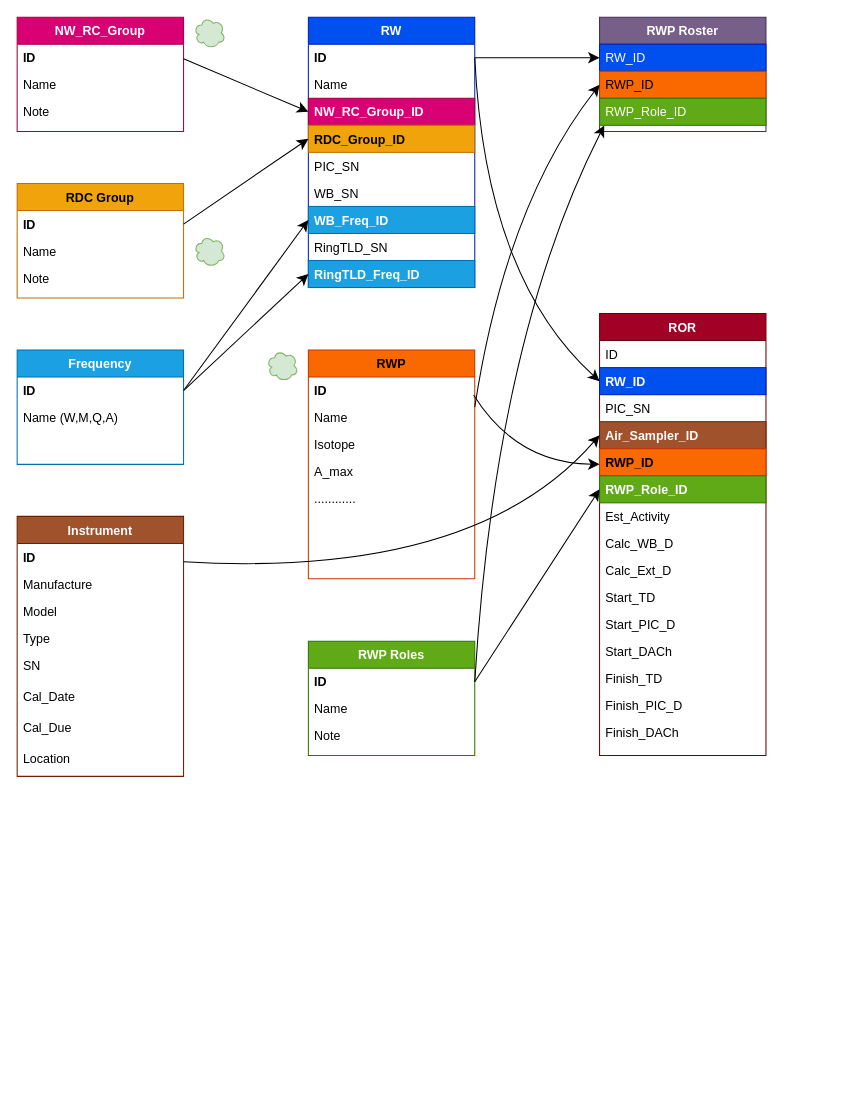
Before: page "Relationships" (1 of 2) of Rad Safety Database (1).drawio in houleyemballo/Work, a draw.io diagram. Source tidied: cells renumbered, new cells numbered last; positions are measured from the earlier drawing's top-left corner, leaving out a move shared by most shapes. Both pictures are drawn from the tidied source at 104%, with x=0, y=0 at pixel (17, 17).
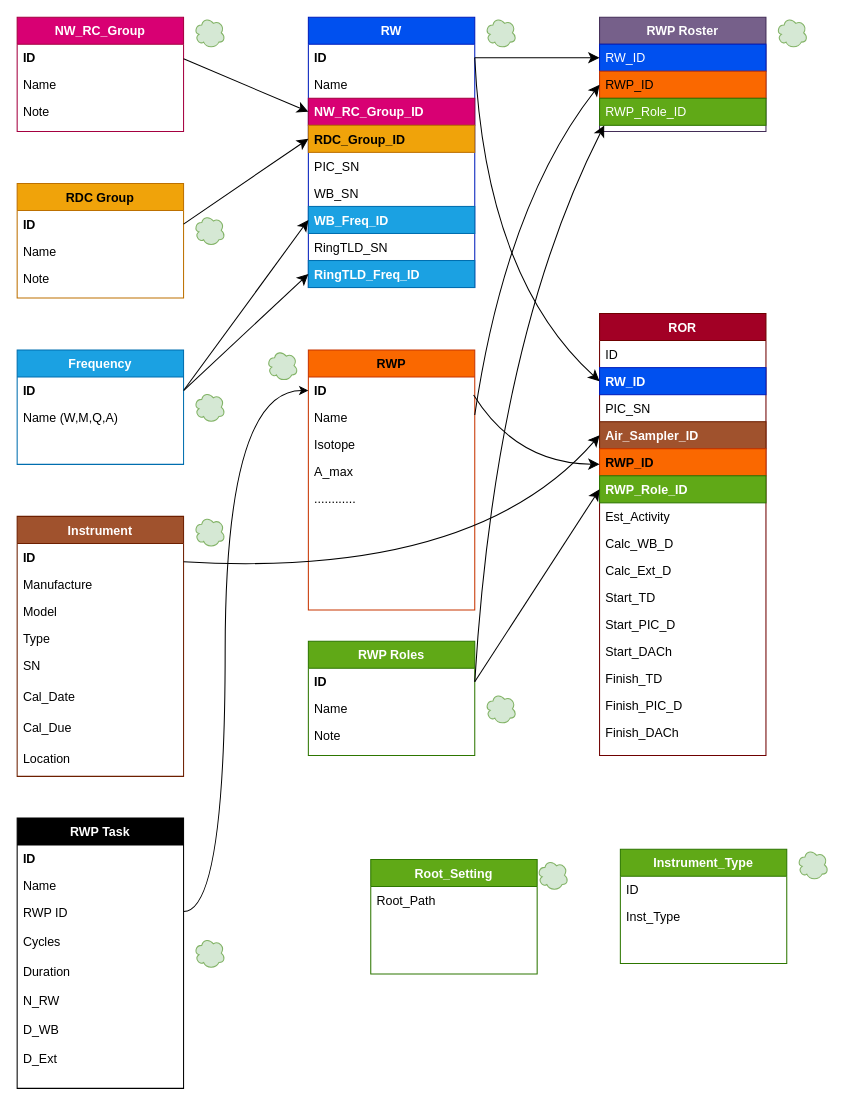
Above is the later version.

The change refers to these unchanged cells:
```xml
<mxCell id="26" value="ID" style="text;align=left;verticalAlign=top;spacingLeft=4;spacingRight=4;overflow=hidden;points=[[0,0.5],[1,0.5]];portConstraint=eastwest;fontStyle=1;" parent="25" vertex="1">
  <mxGeometry y="26" width="160" height="26" as="geometry" />
</mxCell>
```

Diff of the diagram source:
```diff
@@
     <mxCell id="25" value="RWP" style="swimlane;fontStyle=1;align=center;verticalAlign=top;horizontal=1;startSize=26;rounded=0;shadow=0;strokeWidth=1;fillColor=#fa6800;strokeColor=#C73500;fontColor=#000000;" parent="1" vertex="1">
-      <mxGeometry x="280" y="320" width="160" height="220" as="geometry" />
+      <mxGeometry x="280" y="320" width="160" height="250" as="geometry" />
     </mxCell>
@@
-    <mxCell id="73" style="ellipse;shape=cloud;whiteSpace=wrap;html=1;fillColor=#d5e8d4;strokeColor=#82b366;" parent="1" vertex="1">
-      <mxGeometry x="170" width="30" height="30" as="geometry" />
-    </mxCell>
     <mxCell id="74" style="ellipse;shape=cloud;whiteSpace=wrap;html=1;fillColor=#d5e8d4;strokeColor=#82b366;" parent="1" vertex="1">
-      <mxGeometry x="240" y="320" width="30" height="30" as="geometry" />
+      <mxGeometry x="170" width="30" height="30" as="geometry" />
     </mxCell>
-    <mxCell id="75" style="ellipse;shape=cloud;whiteSpace=wrap;html=1;fillColor=#d5e8d4;strokeColor=#82b366;" parent="1" vertex="1">
-      <mxGeometry x="170" y="210" width="30" height="30" as="geometry" />
-    </mxCell>
+    <mxCell id="76" style="ellipse;shape=cloud;whiteSpace=wrap;html=1;fillColor=#d5e8d4;strokeColor=#82b366;" parent="1" vertex="1">
+      <mxGeometry x="170" y="190" width="30" height="30" as="geometry" />
+    </mxCell>
+    <mxCell id="77" style="ellipse;shape=cloud;whiteSpace=wrap;html=1;fillColor=#d5e8d4;strokeColor=#82b366;" parent="1" vertex="1">
+      <mxGeometry x="170" y="360" width="30" height="30" as="geometry" />
+    </mxCell>
+    <mxCell id="78" style="ellipse;shape=cloud;whiteSpace=wrap;html=1;fillColor=#d5e8d4;strokeColor=#82b366;" parent="1" vertex="1">
+      <mxGeometry x="240" y="320" width="30" height="30" as="geometry" />
+    </mxCell>
+    <mxCell id="79" style="edgeStyle=orthogonalEdgeStyle;rounded=0;jettySize=auto;html=1;entryX=0;entryY=0.5;entryDx=0;entryDy=0;curved=1;" parent="1" edge="1" source="80" target="26">
+      <mxGeometry relative="1" as="geometry">
+        <Array as="points">
+          <mxPoint x="200" y="860" />
+          <mxPoint x="200" y="359" />
+        </Array>
+      </mxGeometry>
+    </mxCell>
+    <mxCell id="80" value="RWP Task" style="swimlane;fontStyle=1;align=center;verticalAlign=top;horizontal=1;startSize=26;rounded=0;shadow=0;strokeWidth=1;fillColor=#000000;strokeColor=#000000;fontColor=#ffffff;" parent="1" vertex="1">
+      <mxGeometry y="770" width="160" height="260" as="geometry" />
+    </mxCell>
+    <mxCell id="81" value="ID" style="text;align=left;verticalAlign=top;spacingLeft=4;spacingRight=4;overflow=hidden;fontStyle=1;" parent="80" vertex="1">
+      <mxGeometry y="26" width="160" height="26" as="geometry" />
+    </mxCell>
+    <mxCell id="82" value="Name" style="text;align=left;verticalAlign=top;spacingLeft=4;spacingRight=4;overflow=hidden;rounded=0;shadow=0;html=0;" parent="80" vertex="1">
+      <mxGeometry y="52" width="160" height="26" as="geometry" />
+    </mxCell>
+    <mxCell id="83" value="RWP ID&#10;&#10;Cycles&#10;&#10;Duration&#10;&#10;N_RW&#10;&#10;D_WB&#10;&#10;D_Ext" style="text;align=left;verticalAlign=top;spacingLeft=4;spacingRight=4;overflow=hidden;fontStyle=0;" parent="80" vertex="1">
+      <mxGeometry y="78" width="160" height="182" as="geometry" />
+    </mxCell>
+    <mxCell id="84" style="ellipse;shape=cloud;whiteSpace=wrap;html=1;fillColor=#d5e8d4;strokeColor=#82b366;" parent="1" vertex="1">
+      <mxGeometry x="170" y="885" width="30" height="30" as="geometry" />
+    </mxCell>
+    <mxCell id="85" style="ellipse;shape=cloud;whiteSpace=wrap;html=1;fillColor=#d5e8d4;strokeColor=#82b366;" parent="1" vertex="1">
+      <mxGeometry x="730" width="30" height="30" as="geometry" />
+    </mxCell>
+    <mxCell id="86" style="ellipse;shape=cloud;whiteSpace=wrap;html=1;fillColor=#d5e8d4;strokeColor=#82b366;" parent="1" vertex="1">
+      <mxGeometry x="450" y="650" width="30" height="30" as="geometry" />
+    </mxCell>
+    <mxCell id="87" style="ellipse;shape=cloud;whiteSpace=wrap;html=1;fillColor=#d5e8d4;strokeColor=#82b366;" parent="1" vertex="1">
+      <mxGeometry x="170" y="480" width="30" height="30" as="geometry" />
+    </mxCell>
+    <mxCell id="88" value="Root_Setting" style="swimlane;fontStyle=1;align=center;verticalAlign=top;horizontal=1;startSize=26;rounded=0;shadow=0;strokeWidth=1;fillColor=#60a917;strokeColor=#2D7600;fontColor=#ffffff;" parent="1" vertex="1">
+      <mxGeometry x="340" y="810" width="160" height="110" as="geometry" />
+    </mxCell>
+    <mxCell id="89" value="Root_Path" style="text;align=left;verticalAlign=top;spacingLeft=4;spacingRight=4;overflow=hidden;fontStyle=0;" parent="88" vertex="1">
+      <mxGeometry y="26" width="160" height="26" as="geometry" />
+    </mxCell>
+    <mxCell id="90" value="Instrument_Type" style="swimlane;fontStyle=1;align=center;verticalAlign=top;horizontal=1;startSize=26;rounded=0;shadow=0;strokeWidth=1;fillColor=#60a917;strokeColor=#2D7600;fontColor=#ffffff;" parent="1" vertex="1">
+      <mxGeometry x="580" y="800" width="160" height="110" as="geometry" />
+    </mxCell>
+    <mxCell id="91" value="ID" style="text;align=left;verticalAlign=top;spacingLeft=4;spacingRight=4;overflow=hidden;fontStyle=0;" parent="90" vertex="1">
+      <mxGeometry y="26" width="160" height="26" as="geometry" />
+    </mxCell>
+    <mxCell id="92" value="Inst_Type" style="text;align=left;verticalAlign=top;spacingLeft=4;spacingRight=4;overflow=hidden;rounded=0;shadow=0;html=0;" parent="90" vertex="1">
+      <mxGeometry y="52" width="160" height="26" as="geometry" />
+    </mxCell>
+    <mxCell id="93" style="ellipse;shape=cloud;whiteSpace=wrap;html=1;fillColor=#d5e8d4;strokeColor=#82b366;" parent="1" vertex="1">
+      <mxGeometry x="750" y="800" width="30" height="30" as="geometry" />
+    </mxCell>
+    <mxCell id="94" style="ellipse;shape=cloud;whiteSpace=wrap;html=1;fillColor=#d5e8d4;strokeColor=#82b366;" parent="1" vertex="1">
+      <mxGeometry x="500" y="810" width="30" height="30" as="geometry" />
+    </mxCell>
+    <mxCell id="95" style="ellipse;shape=cloud;whiteSpace=wrap;html=1;fillColor=#d5e8d4;strokeColor=#82b366;" parent="1" vertex="1">
+      <mxGeometry x="450" width="30" height="30" as="geometry" />
+    </mxCell>
```
